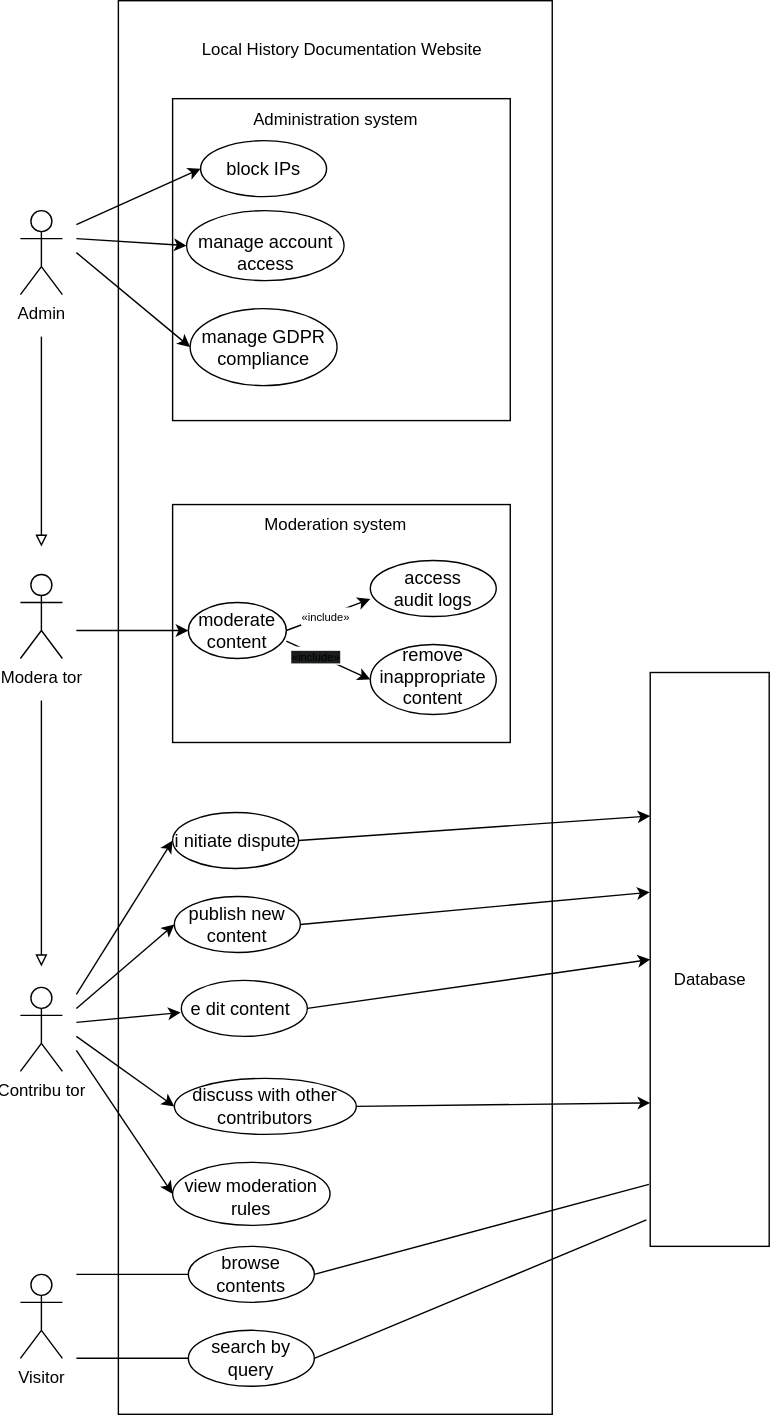
Above: Requirements/use_case_diagrams/UseCases.drawio.svg in Fre-Ar/SE1 (draw.io), before the change. Source tidied: cells renumbered, new cells last; positions are measured from the earlier drawing's top-left corner, leaving out a move shared by most shapes.
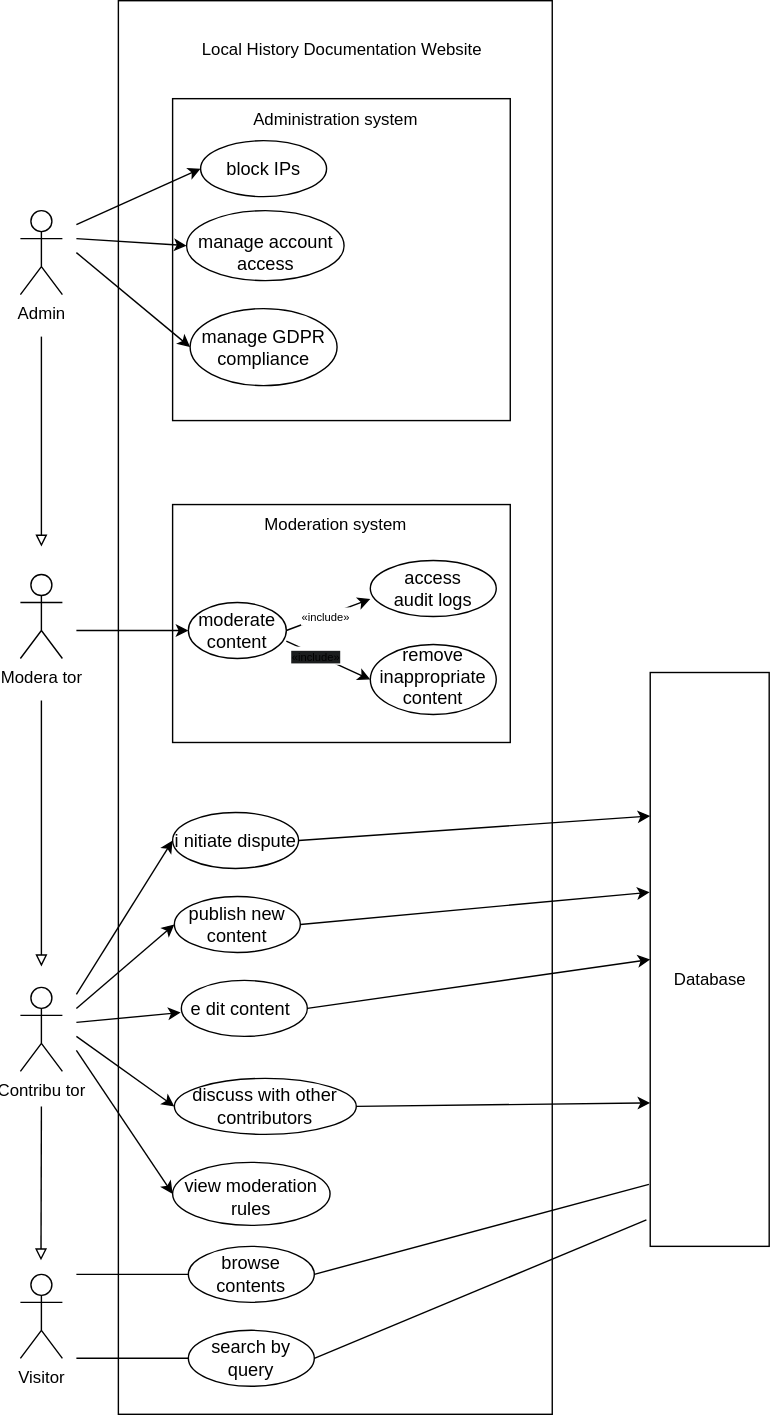
The same file after the commit.

Commit message:
Updated kanban board

Change to the diagram source:
```diff
@@ -48,6 +48,12 @@
     <mxCell id="15" value="Contribu&lt;span style=&quot;background-color: transparent; color: light-dark(rgb(0, 0, 0), rgb(255, 255, 255));&quot;&gt;tor&lt;/span&gt;" style="shape=umlActor;verticalLabelPosition=bottom;verticalAlign=top;html=1;" parent="1" vertex="1">
       <mxGeometry y="705" width="30" height="60" as="geometry" />
     </mxCell>
+    <mxCell id="63" style="endArrow=block;html=1;rounded=0;endFill=0;" parent="1" edge="1">
+      <mxGeometry relative="1" as="geometry">
+        <mxPoint x="15" y="790" as="sourcePoint" />
+        <mxPoint x="14.7" y="900" as="targetPoint" />
+      </mxGeometry>
+    </mxCell>
     <mxCell id="16" style="edgeStyle=orthogonalEdgeStyle;rounded=0;orthogonalLoop=1;jettySize=auto;html=1;endArrow=block;endFill=0;" parent="1" edge="1">
       <mxGeometry relative="1" as="geometry">
         <mxPoint x="15" y="240" as="sourcePoint" />
```
